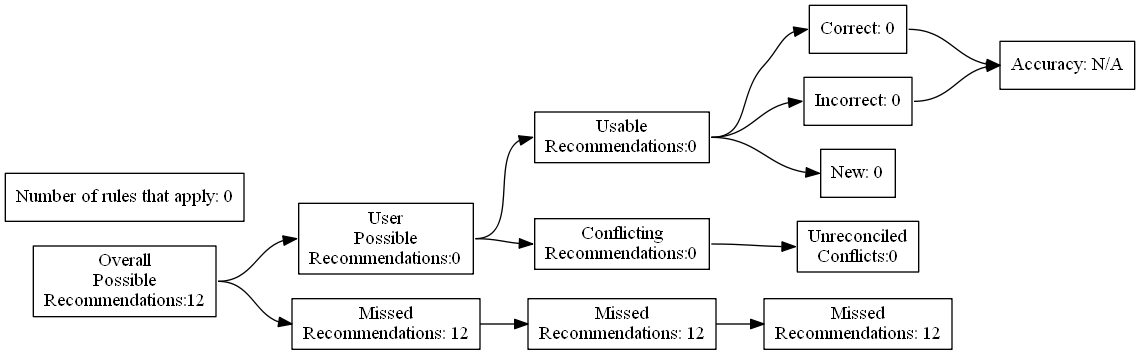
ZaxR/ibd_diet_analysis keeps this Graphviz diagram as test_renders/10.gv.png. Above is the earlier version. Its source is kept beside it as test_renders/10.gv.
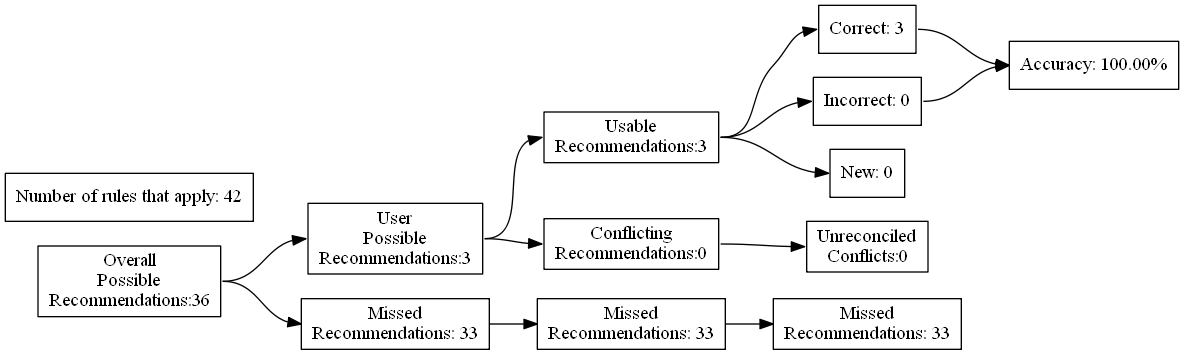
After the commit.

Diff of the diagram source:
```diff
@@ -4,27 +4,27 @@
 	edge [headport=w tailport=e]
 		A [label="Overall
 Possible
-Recommendations:12"]
+Recommendations:36"]
 		B [label="User
 Possible
-Recommendations:0"]
+Recommendations:3"]
 		C [label="Missed
-Recommendations: 12"]
+Recommendations: 33"]
 		D [label="Usable
-Recommendations:0"]
+Recommendations:3"]
 		E [label="Conflicting
 Recommendations:0"]
 		J [label="Missed
-Recommendations: 12"]
+Recommendations: 33"]
 		M [label="Unreconciled
 Conflicts:0"]
-		F [label="Correct: 0"]
+		F [label="Correct: 3"]
 		G [label="Incorrect: 0"]
 		H [label="New: 0"]
 		K [label="Missed
-Recommendations: 12"]
-		I [label="Accuracy: N/A"]
-		l [label="Number of rules that apply: 0"]
+Recommendations: 33"]
+		I [label="Accuracy: 100.00%"]
+		l [label="Number of rules that apply: 42"]
 			A -> B
 			A -> C
 			B -> D
```
